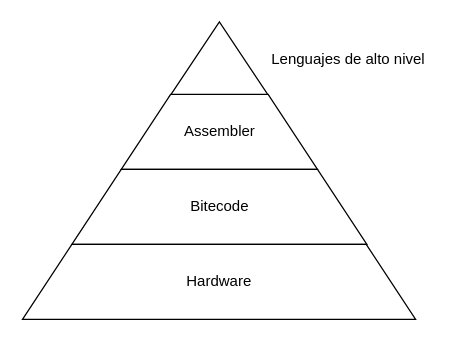
ITBA-Python/Certificacion-Profesional-Python keeps this draw.io diagram as assets/clase1/Piramide de programacion.drawio. Above is the earlier version. Source tidied: cells renumbered, new cells numbered last; positions are measured from the earlier drawing's top-left corner, leaving out a move shared by most shapes. Both pictures are drawn from the tidied source at 125%, with x=0, y=0 at pixel (22, 9).
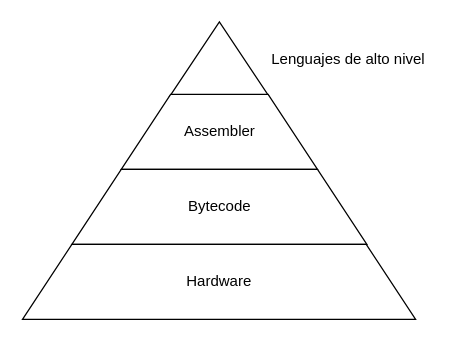
The same diagram, later.

Diff of the diagram source:
```diff
@@
 <mxGraphModel>
   <root>
     <mxCell id="0" />
     <mxCell id="1" parent="0" />
     <mxCell id="2" style="triangle;whiteSpace=wrap;html=1;rotation=-90;" parent="1" vertex="1">
       <mxGeometry x="127" width="60" height="80" as="geometry" />
     </mxCell>
     <mxCell id="3" style="shape=trapezoid;perimeter=trapezoidPerimeter;whiteSpace=wrap;html=1;fixedSize=1;size=39.5;" parent="1" vertex="1">
       <mxGeometry x="78.5" y="68" width="157" height="60" as="geometry" />
     </mxCell>
     <mxCell id="4" style="shape=trapezoid;perimeter=trapezoidPerimeter;whiteSpace=wrap;html=1;fixedSize=1;size=39.5;" parent="1" vertex="1">
       <mxGeometry x="39" y="128" width="236" height="60" as="geometry" />
     </mxCell>
     <mxCell id="5" style="shape=trapezoid;perimeter=trapezoidPerimeter;whiteSpace=wrap;html=1;fixedSize=1;size=39.5;" parent="1" vertex="1">
       <mxGeometry x="-0.5" y="188" width="314.5" height="60" as="geometry" />
     </mxCell>
     <mxCell id="6" value="Lenguajes de alto nivel" style="text;html=1;strokeColor=none;fillColor=none;align=left;verticalAlign=middle;whiteSpace=wrap;rounded=0;" parent="1" vertex="1">
       <mxGeometry x="196.5" y="25.5" width="133.5" height="29" as="geometry" />
     </mxCell>
     <mxCell id="7" value="Assembler" style="text;html=1;strokeColor=none;fillColor=none;align=center;verticalAlign=middle;whiteSpace=wrap;rounded=0;" parent="1" vertex="1">
       <mxGeometry x="116.5" y="83" width="81" height="30" as="geometry" />
     </mxCell>
-    <mxCell id="8" value="Bitecode" style="text;html=1;strokeColor=none;fillColor=none;align=center;verticalAlign=middle;whiteSpace=wrap;rounded=0;" parent="1" vertex="1">
+    <mxCell id="8" value="Bytecode" style="text;html=1;strokeColor=none;fillColor=none;align=center;verticalAlign=middle;whiteSpace=wrap;rounded=0;" parent="1" vertex="1">
       <mxGeometry x="117.5" y="143" width="79" height="30" as="geometry" />
     </mxCell>
     <mxCell id="9" value="Hardware" style="text;html=1;strokeColor=none;fillColor=none;align=center;verticalAlign=middle;whiteSpace=wrap;rounded=0;" parent="1" vertex="1">
       <mxGeometry x="119" y="203" width="76" height="30" as="geometry" />
     </mxCell>
   </root>
 </mxGraphModel>
```
